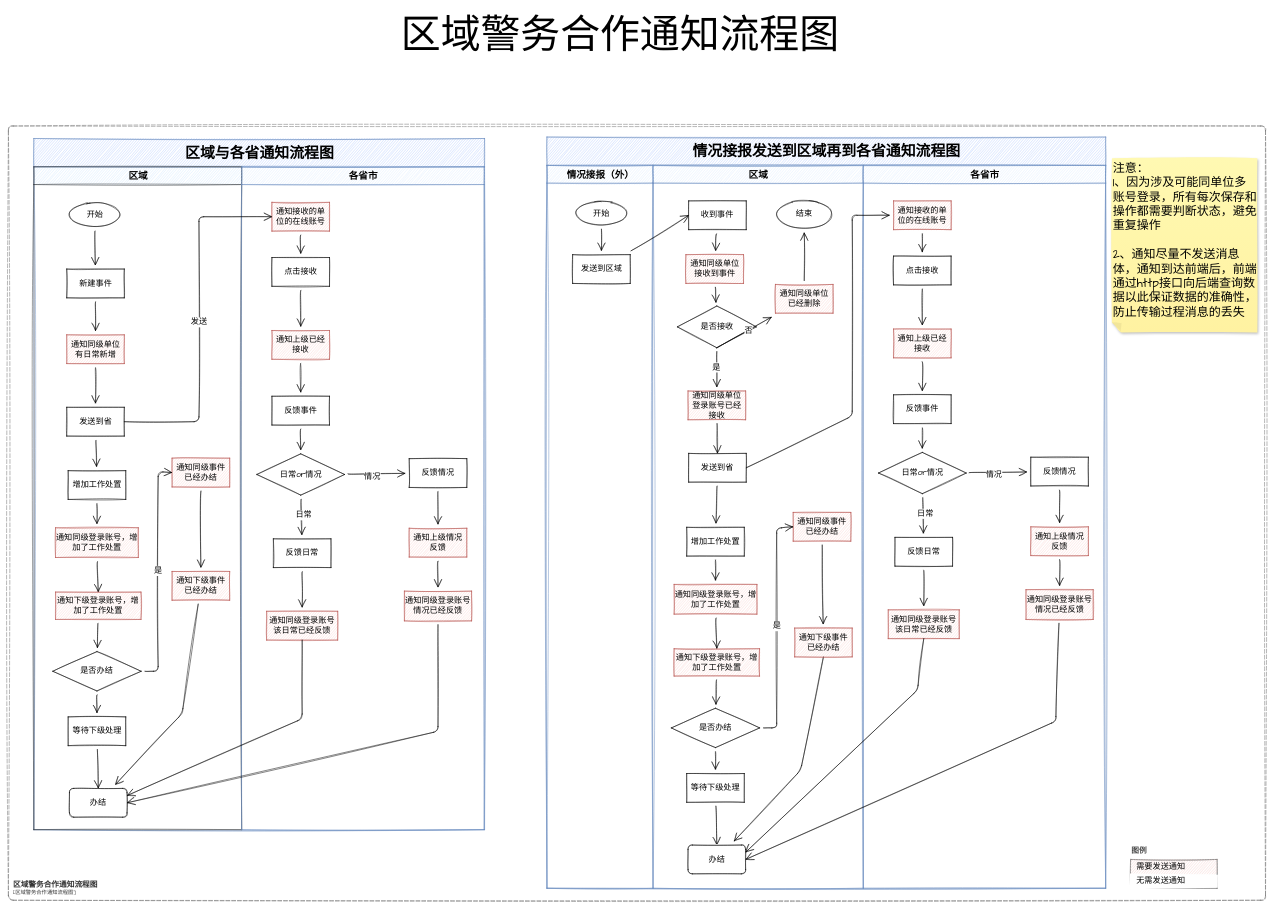
chensiyu123456/drawio-files keeps this draw.io diagram as page "消息通知流程" (6 of 6) of 未命名绘图.drawio. Above is the earlier version. Source tidied: cells renumbered, new cells numbered last; positions are measured from the earlier drawing's top-left corner, leaving out a move shared by most shapes. Both pictures are drawn from the tidied source at 48%, with x=0, y=0 at pixel (8, 25).
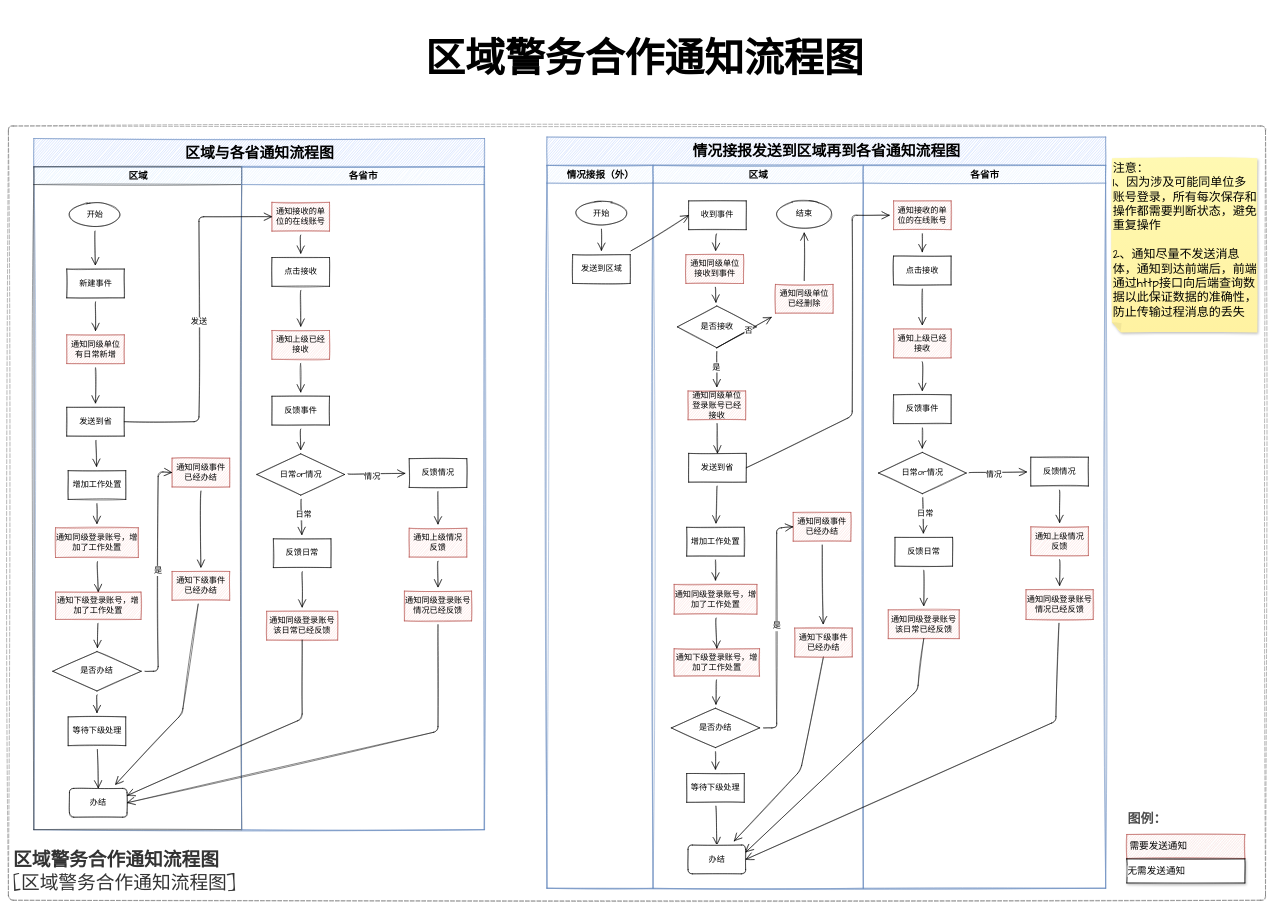
The same page after the edit.

Commit message (it also covers changes not shown here):
更新未命名绘图.drawio

What changed in the source:
```diff
@@
-    <object id="2" label="&lt;font style=&quot;font-size: 16px&quot;&gt;&lt;b&gt;&lt;div style=&quot;text-align: left&quot;&gt;%c4Name%&lt;/div&gt;&lt;/b&gt;&lt;/font&gt;&lt;div style=&quot;text-align: left&quot;&gt;[%c4Application%]&lt;/div&gt;" c4Application="区域警务合作通知流程图" c4Name="区域警务合作通知流程图" placeholders="1">
-      <mxCell style="rounded=1;fontSize=11;whiteSpace=wrap;html=1;dashed=1;arcSize=20;fillColor=none;strokeColor=#666666;fontColor=#333333;labelBackgroundColor=none;align=left;verticalAlign=bottom;labelBorderColor=none;spacingTop=0;spacing=10;dashPattern=8 4;perimeter=rectanglePerimeter;noLabel=0;labelPadding=0;absoluteArcSize=1;sketch=1;hachureGap=4;fontFamily=Architects Daughter;" parent="1" vertex="1">
+    <object id="2" label="&lt;font style=&quot;font-size: 39px;&quot;&gt;&lt;b style=&quot;font-size: 39px;&quot;&gt;&lt;div style=&quot;text-align: left; font-size: 39px;&quot;&gt;%c4Name%&lt;/div&gt;&lt;/b&gt;&lt;/font&gt;&lt;div style=&quot;text-align: left; font-size: 39px;&quot;&gt;[%c4Application%]&lt;/div&gt;" c4Application="区域警务合作通知流程图" c4Name="区域警务合作通知流程图" placeholders="1">
+      <mxCell style="rounded=1;fontSize=39;whiteSpace=wrap;html=1;dashed=1;arcSize=20;fillColor=none;strokeColor=#666666;fontColor=#333333;labelBackgroundColor=none;align=left;verticalAlign=bottom;labelBorderColor=none;spacingTop=0;spacing=10;dashPattern=8 4;perimeter=rectanglePerimeter;noLabel=0;labelPadding=0;absoluteArcSize=1;sketch=1;hachureGap=4;fontFamily=Architects Daughter;" parent="1" vertex="1">
         <mxGeometry y="210" width="2619" height="1613" as="geometry" />
       </mxCell>
     </object>
@@
+    <mxCell id="123" value="&lt;font style=&quot;font-size: 83px&quot;&gt;区域警务合作通知流程图&lt;/font&gt;" style="text;html=1;align=center;verticalAlign=middle;strokeColor=none;fillColor=none;sketch=1;hachureGap=4;fontFamily=Architects Daughter;fontSize=17;fontStyle=1;" parent="1" vertex="1">
+      <mxGeometry x="841" y="51" width="967" height="43" as="geometry" />
+    </mxCell>
+    <mxCell id="124" value="&lt;font style=&quot;font-size: 25px&quot;&gt;注意：&amp;nbsp;&lt;br&gt;1、因为涉及可能同单位多账号登录，所有每次保存和操作都需要判断状态，避免重复操作&lt;br&gt;&lt;br&gt;2、通知尽量不发送消息体，通知到达前端后，前端通过http接口向后端查询数据以此保证数据的准确性，防止传输过程消息的丢失&lt;/font&gt;" style="shape=note;whiteSpace=wrap;html=1;backgroundOutline=1;fontColor=#000000;darkOpacity=0.05;fillColor=#FFF9B2;strokeColor=none;fillStyle=solid;direction=west;gradientDirection=north;gradientColor=#FFF2A1;shadow=1;size=20;sketch=1;hachureGap=4;fontFamily=Architects Daughter;fontSize=23;verticalAlign=top;align=left;" parent="1" vertex="1">
+      <mxGeometry x="2299" y="277" width="303" height="363" as="geometry" />
+    </mxCell>
+    <mxCell id="125" style="group;" parent="1" vertex="1">
+      <mxGeometry x="2330" y="1639" width="246" height="148" as="geometry" />
+    </mxCell>
-    <mxCell id="119" value="图例" style="align=left;fontSize=16;fontStyle=1;strokeColor=none;fillColor=none;fontColor=#4D4D4D;spacingTop=-8;sketch=1;hachureGap=4;fontFamily=Architects Daughter;" parent="1" vertex="1">
-      <mxGeometry x="2338" y="1708" width="180" height="30" as="geometry" />
+    <mxCell id="119" value="图例：" style="align=left;fontSize=27;fontStyle=1;strokeColor=none;fillColor=none;fontColor=#4D4D4D;spacingTop=-8;sketch=1;hachureGap=4;fontFamily=Architects Daughter;strokeWidth=1;" parent="125" vertex="1">
+      <mxGeometry width="180" height="30" as="geometry" />
     </mxCell>
-    <mxCell id="120" style="shape=table;html=1;whiteSpace=wrap;startSize=0;childLayout=tableLayout;fillColor=#f5f5f5;align=left;spacingLeft=10;strokeColor=#666666;rounded=1;arcSize=11;fontColor=#333333;sketch=1;hachureGap=4;fontFamily=Architects Daughter;fontSize=17;" parent="1" vertex="1">
-      <mxGeometry x="2338" y="1738" width="180" height="60" as="geometry" />
-    </mxCell>
+    <mxCell id="126" style="verticalLabelPosition=bottom;verticalAlign=top;html=1;shape=mxgraph.basic.patternFillRect;fillStyle=diagRev;step=5;fillStrokeWidth=0.2;fillStrokeColor=#dddddd;sketch=1;hachureGap=4;fontFamily=Architects Daughter;fontSize=20;strokeWidth=1;fillColor=#f8cecc;strokeColor=#b85450;" parent="125" vertex="1">
+      <mxGeometry y="47" width="246" height="50" as="geometry" />
+    </mxCell>
-    <mxCell id="121" value="需要发送通知" style="shape=partialRectangle;html=1;whiteSpace=wrap;fillColor=#f8cecc;top=0;left=0;bottom=0;right=0;overflow=hidden;align=left;spacingLeft=10;strokeColor=#b85450;sketch=1;hachureGap=4;fontFamily=Architects Daughter;fontSize=17;" parent="120" vertex="1">
-      <mxGeometry width="180" height="30" as="geometry" />
+    <mxCell id="121" value="&lt;span style=&quot;font-family: &amp;quot;architects daughter&amp;quot;; font-size: 20px; font-style: normal; font-weight: 400; letter-spacing: normal; text-align: left; text-indent: 0px; text-transform: none; word-spacing: 0px; display: inline; float: none;&quot;&gt;需要发送通知&lt;/span&gt;" style="text;whiteSpace=wrap;html=1;fontSize=20;fontFamily=Architects Daughter;sketch=1;opacity=0;shadow=1;fillColor=#FF9EEC;labelBackgroundColor=none;fontColor=default;" parent="125" vertex="1">
+      <mxGeometry x="4" y="53" width="140" height="38" as="geometry" />
     </mxCell>
-    <mxCell id="122" value="无需发送通知" style="shape=partialRectangle;html=1;whiteSpace=wrap;top=0;left=0;bottom=0;right=0;overflow=hidden;align=left;spacingLeft=10;sketch=1;hachureGap=4;fontFamily=Architects Daughter;fontSize=17;" parent="120" vertex="1">
-      <mxGeometry y="30" width="180" height="30" as="geometry" />
+    <mxCell id="122" value="无需发送通知" style="verticalLabelPosition=middle;verticalAlign=middle;html=1;shape=mxgraph.basic.rect;fillColor2=none;strokeWidth=1;size=20;indent=5;shadow=1;labelBackgroundColor=default;sketch=1;hachureGap=4;fontFamily=Architects Daughter;fontSize=20;align=left;horizontal=1;labelPosition=center;" parent="125" vertex="1">
+      <mxGeometry y="98" width="246" height="50" as="geometry" />
     </mxCell>
-    <mxCell id="123" value="&lt;font style=&quot;font-size: 83px&quot;&gt;区域警务合作通知流程图&lt;/font&gt;" style="text;html=1;align=center;verticalAlign=middle;strokeColor=none;fillColor=none;sketch=1;hachureGap=4;fontFamily=Architects Daughter;fontSize=17;" parent="1" vertex="1">
-      <mxGeometry x="812" width="923" height="43" as="geometry" />
-    </mxCell>
-    <mxCell id="124" value="&lt;font style=&quot;font-size: 25px&quot;&gt;注意：&amp;nbsp;&lt;br&gt;1、因为涉及可能同单位多账号登录，所有每次保存和操作都需要判断状态，避免重复操作&lt;br&gt;&lt;br&gt;2、通知尽量不发送消息体，通知到达前端后，前端通过http接口向后端查询数据以此保证数据的准确性，防止传输过程消息的丢失&lt;/font&gt;" style="shape=note;whiteSpace=wrap;html=1;backgroundOutline=1;fontColor=#000000;darkOpacity=0.05;fillColor=#FFF9B2;strokeColor=none;fillStyle=solid;direction=west;gradientDirection=north;gradientColor=#FFF2A1;shadow=1;size=20;sketch=1;hachureGap=4;fontFamily=Architects Daughter;fontSize=23;verticalAlign=top;align=left;" parent="1" vertex="1">
-      <mxGeometry x="2299" y="277" width="303" height="363" as="geometry" />
-    </mxCell>
```
